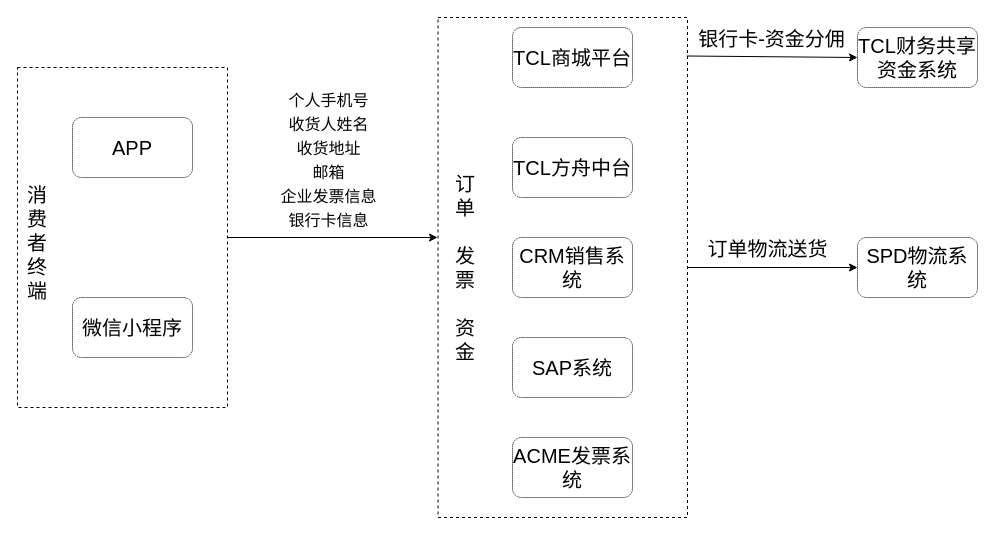
Above: page "线上ERP-官网、开单" (2 of 3) of tshop/TCL之家Pro-PIA数据流转图.drawio in lawplus/diagrams (draw.io), before the change. Source tidied: cells renumbered, new cells numbered last; positions are measured from the earlier drawing's top-left corner, leaving out a move shared by most shapes. Both pictures are drawn from the tidied source at 100%, with x=0, y=0 at pixel (17, 17).
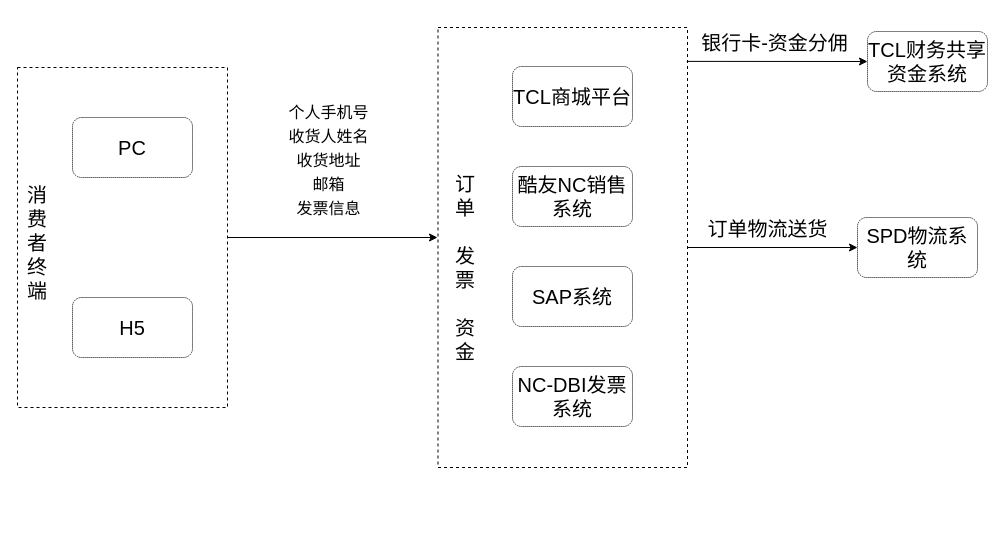
The same page after the edit.

Commit message:
Update TCL之家Pro-PIA数据流转图.drawio

Unchanged cells that the change refers to:
```xml
<mxCell id="11" style="endArrow=classic;html=1;fontSize=20;" parent="1" edge="1">
  <mxGeometry relative="1" as="geometry">
    <mxPoint x="210" y="220" as="sourcePoint" />
    <mxPoint x="420" y="220" as="targetPoint" />
  </mxGeometry>
</mxCell>
```

What changed in the source:
```diff
@@
     <mxCell id="2" style="rounded=0;whiteSpace=wrap;html=1;fontSize=20;dashed=1;align=left;" parent="1" vertex="1">
-      <mxGeometry x="420.5" width="249.5" height="500" as="geometry" />
+      <mxGeometry x="420.5" y="10" width="249.5" height="440" as="geometry" />
     </mxCell>
@@
-    <mxCell id="4" value="APP" style="rounded=1;whiteSpace=wrap;html=1;dashed=1;dashPattern=1 1;fontSize=20;" parent="1" vertex="1">
+    <mxCell id="4" value="PC" style="rounded=1;whiteSpace=wrap;html=1;dashed=1;dashPattern=1 1;fontSize=20;" parent="1" vertex="1">
       <mxGeometry x="55" y="100" width="120" height="60" as="geometry" />
     </mxCell>
-    <mxCell id="5" value="微信小程序" style="rounded=1;whiteSpace=wrap;html=1;dashed=1;dashPattern=1 1;fontSize=20;" parent="1" vertex="1">
+    <mxCell id="5" value="H5" style="rounded=1;whiteSpace=wrap;html=1;dashed=1;dashPattern=1 1;fontSize=20;" parent="1" vertex="1">
       <mxGeometry x="55" y="280" width="120" height="60" as="geometry" />
     </mxCell>
     <mxCell id="6" value="TCL商城平台" style="rounded=1;whiteSpace=wrap;html=1;dashed=1;dashPattern=1 1;fontSize=20;" parent="1" vertex="1">
-      <mxGeometry x="495" y="10" width="120" height="60" as="geometry" />
+      <mxGeometry x="495" y="49" width="120" height="60" as="geometry" />
     </mxCell>
-    <mxCell id="7" value="TCL方舟中台" style="rounded=1;whiteSpace=wrap;html=1;dashed=1;dashPattern=1 1;fontSize=20;" parent="1" vertex="1">
-      <mxGeometry x="495" y="120" width="120" height="60" as="geometry" />
-    </mxCell>
-    <mxCell id="8" value="CRM销售系统" style="rounded=1;whiteSpace=wrap;html=1;dashed=1;dashPattern=1 1;fontSize=20;" parent="1" vertex="1">
-      <mxGeometry x="495" y="220" width="120" height="60" as="geometry" />
+    <mxCell id="8" value="酷友NC销售系统" style="rounded=1;whiteSpace=wrap;html=1;dashed=1;dashPattern=1 1;fontSize=20;" parent="1" vertex="1">
+      <mxGeometry x="495" y="149" width="120" height="60" as="geometry" />
     </mxCell>
     <mxCell id="9" value="SAP系统" style="rounded=1;whiteSpace=wrap;html=1;dashed=1;dashPattern=1 1;fontSize=20;" parent="1" vertex="1">
-      <mxGeometry x="495" y="320" width="120" height="60" as="geometry" />
+      <mxGeometry x="495" y="249" width="120" height="60" as="geometry" />
     </mxCell>
-    <mxCell id="10" value="ACME发票系统" style="rounded=1;whiteSpace=wrap;html=1;dashed=1;dashPattern=1 1;fontSize=20;" parent="1" vertex="1">
-      <mxGeometry x="495" y="420" width="120" height="60" as="geometry" />
+    <mxCell id="10" value="NC-DBI发票系统" style="rounded=1;whiteSpace=wrap;html=1;dashed=1;dashPattern=1 1;fontSize=20;" parent="1" vertex="1">
+      <mxGeometry x="495" y="349" width="120" height="60" as="geometry" />
     </mxCell>
@@
-    <mxCell id="12" value="&lt;font style=&quot;font-size: 16px&quot;&gt;个人手机号&lt;br&gt;收货人姓名&lt;br&gt;收货地址&lt;br&gt;邮箱&lt;br&gt;企业发票信息&lt;br&gt;银行卡信息&lt;br&gt;&lt;/font&gt;" style="edgeLabel;html=1;align=center;verticalAlign=middle;fontSize=20;" parent="11" vertex="1">
+    <mxCell id="12" value="&lt;font style=&quot;font-size: 16px&quot;&gt;个人手机号&lt;br&gt;收货人姓名&lt;br&gt;收货地址&lt;br&gt;邮箱&lt;br&gt;发票信息&lt;br&gt;&lt;/font&gt;" style="edgeLabel;html=1;align=center;verticalAlign=middle;fontSize=20;" parent="11" vertex="1">
       <mxGeometry x="0.28" y="-5" relative="1" as="geometry">
         <mxPoint x="-34" y="-85" as="offset" />
       </mxGeometry>
     </mxCell>
     <mxCell id="13" value="SPD物流系统" style="rounded=1;whiteSpace=wrap;html=1;dashed=1;dashPattern=1 1;fontSize=20;" parent="1" vertex="1">
-      <mxGeometry x="840" y="220" width="120" height="60" as="geometry" />
+      <mxGeometry x="840" y="200" width="120" height="60" as="geometry" />
     </mxCell>
     <mxCell id="14" value="TCL财务共享资金系统" style="rounded=1;whiteSpace=wrap;html=1;dashed=1;dashPattern=1 1;fontSize=20;" parent="1" vertex="1">
-      <mxGeometry x="840" y="10" width="120" height="60" as="geometry" />
+      <mxGeometry x="850" y="14" width="120" height="60" as="geometry" />
     </mxCell>
```
